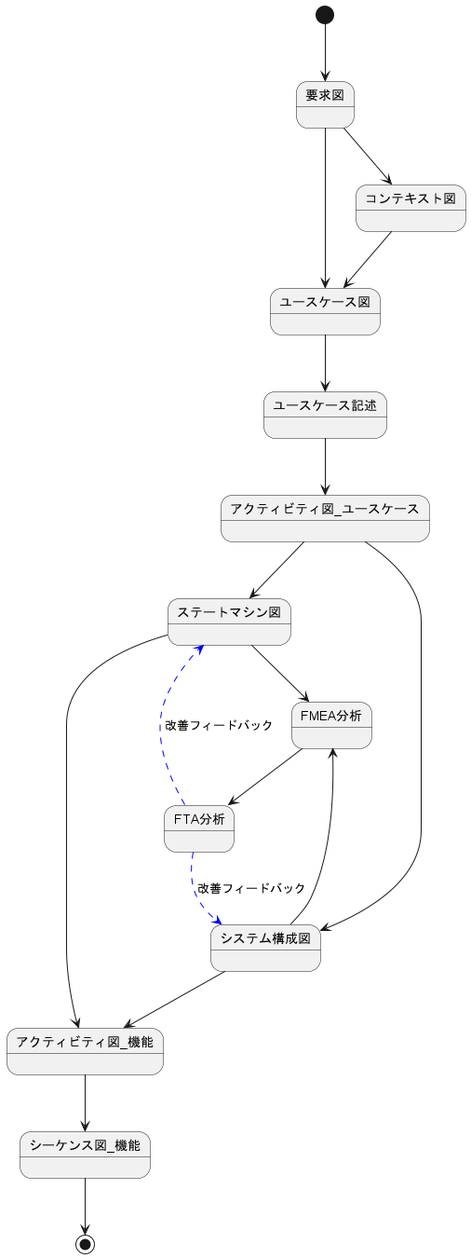
masaki-kato-119/VendingMachine keeps this PlantUML diagram as プロセス/開発プロセス.png. Above is the earlier version.
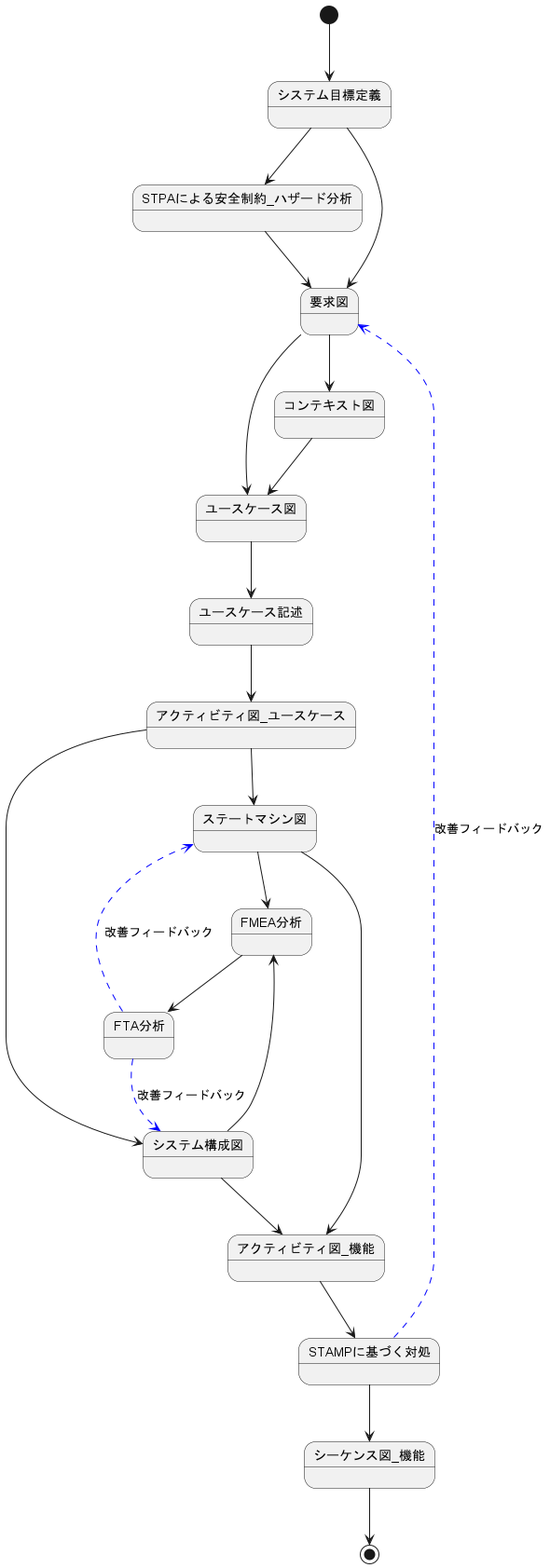
After the change.

Change to the diagram source:
```diff
@@ -1,6 +1,9 @@
 @startuml
 
-[*] --> 要求図
+[*] --> システム目標定義
+システム目標定義 --> STPAによる安全制約_ハザード分析
+STPAによる安全制約_ハザード分析 --> 要求図
+システム目標定義 --> 要求図
 要求図 --> ユースケース図
 要求図 --> コンテキスト図
 コンテキスト図 --> ユースケース図
@@ -19,7 +22,9 @@
 
 ステートマシン図 --> アクティビティ図_機能
 システム構成図 --> アクティビティ図_機能
-アクティビティ図_機能 --> シーケンス図_機能
+アクティビティ図_機能 --> STAMPに基づく対処
+STAMPに基づく対処 -[#blue,dashed]-> 要求図 : 改善フィードバック
+STAMPに基づく対処 --> シーケンス図_機能
 シーケンス図_機能 --> [*]
 
 @enduml
```
